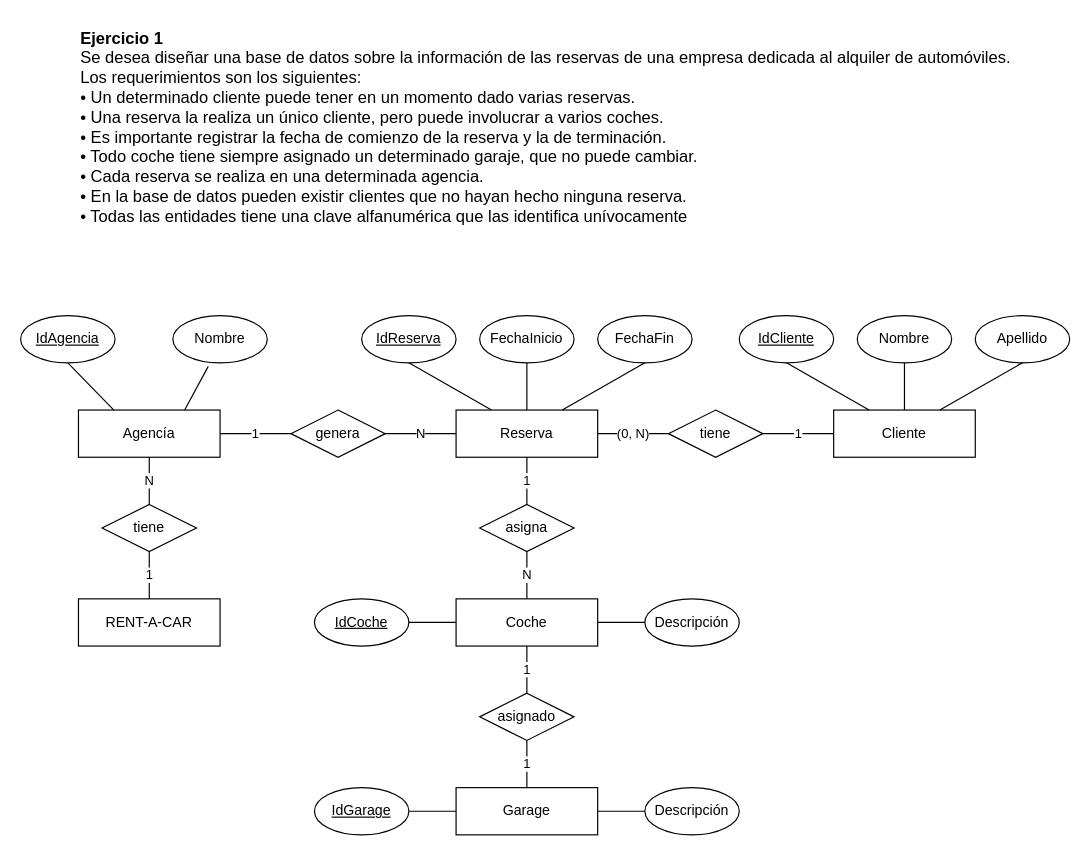
Before: ~Base de Datos/Itinerario 02/Ejercicio1.drawio in zherar7ordoya/AP4, a draw.io diagram. Source tidied: cells renumbered, new cells numbered last; positions are measured from the earlier drawing's top-left corner, leaving out a move shared by most shapes. Both pictures are drawn from the tidied source at 118%, with x=0, y=0 at pixel (20, 20).
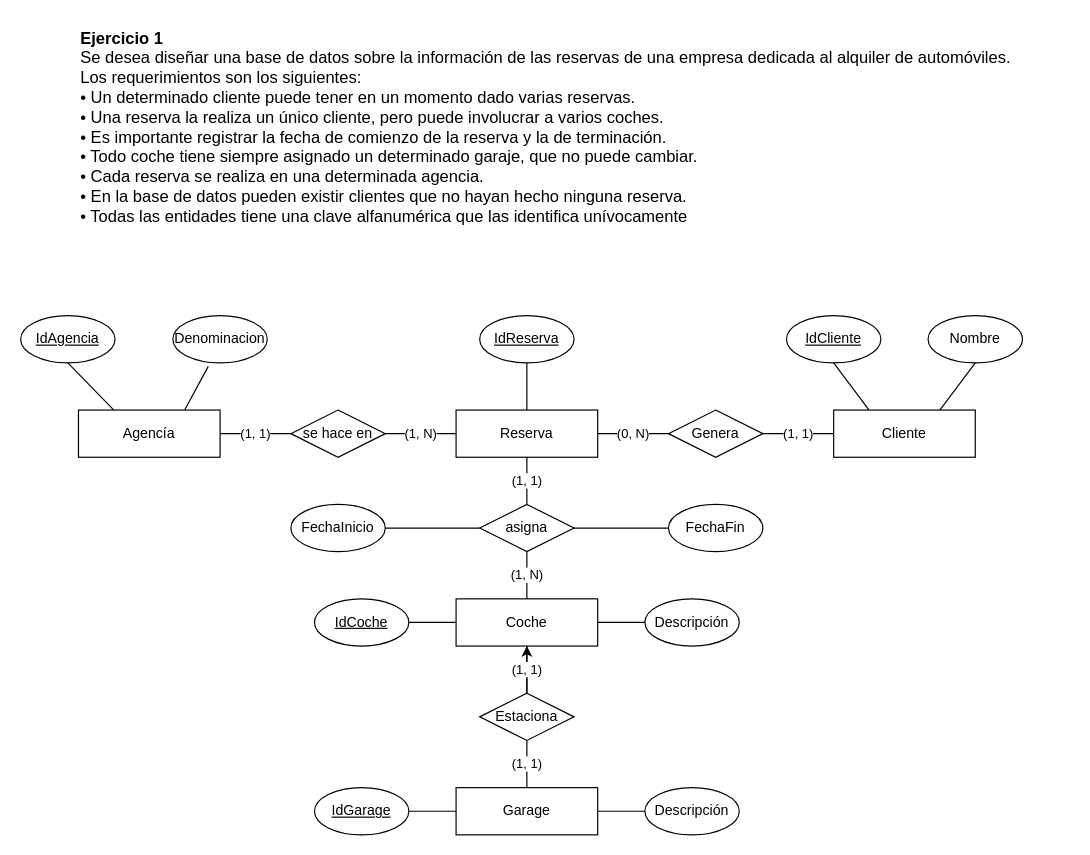
The same diagram, later.

Unchanged cells that the change refers to:
```xml
<mxCell id="2" value="Cliente" style="whiteSpace=wrap;html=1;align=center;fillColor=#FFFFFF;" parent="1" vertex="1">
  <mxGeometry x="689" y="330" width="120" height="40" as="geometry" />
</mxCell>
<mxCell id="4" value="Reserva" style="whiteSpace=wrap;html=1;align=center;fillColor=#FFFFFF;" parent="1" vertex="1">
  <mxGeometry x="369" y="330" width="120" height="40" as="geometry" />
</mxCell>
<mxCell id="5" value="Coche" style="whiteSpace=wrap;html=1;align=center;fillColor=#FFFFFF;" parent="1" vertex="1">
  <mxGeometry x="369" y="490" width="120" height="40" as="geometry" />
</mxCell>
<mxCell id="15" value="asigna" style="shape=rhombus;perimeter=rhombusPerimeter;whiteSpace=wrap;html=1;align=center;" parent="1" vertex="1">
  <mxGeometry x="389" y="410" width="80" height="40" as="geometry" />
</mxCell>
<mxCell id="23" value="Garage" style="whiteSpace=wrap;html=1;align=center;fillColor=#FFFFFF;" parent="1" vertex="1">
  <mxGeometry x="369" y="650" width="120" height="40" as="geometry" />
</mxCell>
<mxCell id="30" value="Agencía" style="whiteSpace=wrap;html=1;align=center;fillColor=#FFFFFF;" parent="1" vertex="1">
  <mxGeometry x="49" y="330" width="120" height="40" as="geometry" />
</mxCell>
```

Change to the diagram source:
```diff
@@
-    <mxCell id="3" style="edgeStyle=orthogonalEdgeStyle;rounded=0;jettySize=auto;html=1;exitX=0.5;exitY=0;exitDx=0;exitDy=0;entryX=0.5;entryY=1;entryDx=0;entryDy=0;endArrow=none;endFill=0;" parent="1" edge="1" source="4" target="21">
-      <mxGeometry relative="1" as="geometry" />
-    </mxCell>
@@
     <mxCell id="7" value="Nombre" style="ellipse;whiteSpace=wrap;html=1;align=center;" parent="1" vertex="1">
-      <mxGeometry x="709" y="250" width="80" height="40" as="geometry" />
+      <mxGeometry x="769" y="250" width="80" height="40" as="geometry" />
     </mxCell>
-    <mxCell id="8" value="Apellido" style="ellipse;whiteSpace=wrap;html=1;align=center;" parent="1" vertex="1">
-      <mxGeometry x="809" y="250" width="80" height="40" as="geometry" />
-    </mxCell>
-    <mxCell id="9" style="endArrow=none;html=1;rounded=0;exitX=0.5;exitY=0;exitDx=0;exitDy=0;entryX=0.5;entryY=1;entryDx=0;entryDy=0;" parent="1" edge="1" source="2" target="7">
+    <mxCell id="9" style="endArrow=none;html=1;rounded=0;exitX=0.75;exitY=0;exitDx=0;exitDy=0;entryX=0.5;entryY=1;entryDx=0;entryDy=0;" parent="1" edge="1" source="2" target="7">
       <mxGeometry relative="1" as="geometry" />
     </mxCell>
-    <mxCell id="10" style="endArrow=none;html=1;rounded=0;exitX=0.75;exitY=0;exitDx=0;exitDy=0;entryX=0.5;entryY=1;entryDx=0;entryDy=0;" parent="1" edge="1" source="2" target="8">
-      <mxGeometry relative="1" as="geometry" />
-    </mxCell>
-    <mxCell id="11" style="endArrow=none;html=1;rounded=0;exitX=0.25;exitY=0;exitDx=0;exitDy=0;entryX=0.5;entryY=1;entryDx=0;entryDy=0;" parent="1" edge="1" source="4" target="38">
+    <mxCell id="11" style="endArrow=none;html=1;rounded=0;entryX=0.5;entryY=1;entryDx=0;entryDy=0;" parent="1" edge="1" source="4" target="38">
       <mxGeometry relative="1" as="geometry" />
     </mxCell>
-    <mxCell id="12" value="tiene" style="shape=rhombus;perimeter=rhombusPerimeter;whiteSpace=wrap;html=1;align=center;" parent="1" vertex="1">
+    <mxCell id="12" value="Genera" style="shape=rhombus;perimeter=rhombusPerimeter;whiteSpace=wrap;html=1;align=center;" parent="1" vertex="1">
       <mxGeometry x="549" y="330" width="80" height="40" as="geometry" />
     </mxCell>
-    <mxCell id="13" value="1" style="endArrow=none;html=1;rounded=0;exitX=1;exitY=0.5;exitDx=0;exitDy=0;entryX=0;entryY=0.5;entryDx=0;entryDy=0;" parent="1" edge="1" source="12" target="2">
+    <mxCell id="13" value="(1, 1)" style="endArrow=none;html=1;rounded=0;exitX=1;exitY=0.5;exitDx=0;exitDy=0;entryX=0;entryY=0.5;entryDx=0;entryDy=0;" parent="1" edge="1" source="12" target="2">
       <mxGeometry relative="1" as="geometry" />
     </mxCell>
@@
-    <mxCell id="19" value="1" style="endArrow=none;html=1;rounded=0;exitX=0.5;exitY=0;exitDx=0;exitDy=0;entryX=0.5;entryY=1;entryDx=0;entryDy=0;" parent="1" edge="1" source="15" target="4">
+    <mxCell id="19" value="(1, 1)" style="endArrow=none;html=1;rounded=0;exitX=0.5;exitY=0;exitDx=0;exitDy=0;entryX=0.5;entryY=1;entryDx=0;entryDy=0;" parent="1" edge="1" source="15" target="4">
       <mxGeometry relative="1" as="geometry" />
     </mxCell>
-    <mxCell id="20" value="N" style="endArrow=none;html=1;rounded=0;exitX=0.5;exitY=1;exitDx=0;exitDy=0;entryX=0.5;entryY=0;entryDx=0;entryDy=0;" parent="1" edge="1" source="15" target="5">
+    <mxCell id="20" value="(1, N)" style="endArrow=none;html=1;rounded=0;exitX=0.5;exitY=1;exitDx=0;exitDy=0;entryX=0.5;entryY=0;entryDx=0;entryDy=0;" parent="1" edge="1" source="15" target="5">
       <mxGeometry relative="1" as="geometry" />
     </mxCell>
     <mxCell id="21" value="FechaInicio" style="ellipse;whiteSpace=wrap;html=1;align=center;" parent="1" vertex="1">
-      <mxGeometry x="389" y="250" width="80" height="40" as="geometry" />
+      <mxGeometry x="229" y="410" width="80" height="40" as="geometry" />
     </mxCell>
     <mxCell id="22" value="FechaFin" style="ellipse;whiteSpace=wrap;html=1;align=center;" parent="1" vertex="1">
-      <mxGeometry x="489" y="250" width="80" height="40" as="geometry" />
+      <mxGeometry x="549" y="410" width="80" height="40" as="geometry" />
     </mxCell>
@@
+    <mxCell id="48" style="edgeStyle=orthogonalEdgeStyle;rounded=0;jettySize=auto;html=1;" parent="1" edge="1" source="24" target="5">
+      <mxGeometry relative="1" as="geometry" />
+    </mxCell>
-    <mxCell id="24" value="asignado" style="shape=rhombus;perimeter=rhombusPerimeter;whiteSpace=wrap;html=1;align=center;" parent="1" vertex="1">
+    <mxCell id="24" value="Estaciona" style="shape=rhombus;perimeter=rhombusPerimeter;whiteSpace=wrap;html=1;align=center;" parent="1" vertex="1">
       <mxGeometry x="389" y="570" width="80" height="40" as="geometry" />
     </mxCell>
@@
-    <mxCell id="28" value="1" style="endArrow=none;html=1;rounded=0;entryX=0.5;entryY=0;entryDx=0;entryDy=0;exitX=0.5;exitY=1;exitDx=0;exitDy=0;" parent="1" edge="1" source="5" target="24">
+    <mxCell id="28" value="(1, 1)" style="endArrow=none;html=1;rounded=0;entryX=0.5;entryY=0;entryDx=0;entryDy=0;exitX=0.5;exitY=1;exitDx=0;exitDy=0;" parent="1" edge="1" source="5" target="24">
       <mxGeometry relative="1" as="geometry" />
     </mxCell>
-    <mxCell id="29" value="1" style="endArrow=none;html=1;rounded=0;entryX=0.5;entryY=0;entryDx=0;entryDy=0;exitX=0.5;exitY=1;exitDx=0;exitDy=0;" parent="1" edge="1" source="24" target="23">
+    <mxCell id="29" value="(1, 1)" style="endArrow=none;html=1;rounded=0;entryX=0.5;entryY=0;entryDx=0;entryDy=0;exitX=0.5;exitY=1;exitDx=0;exitDy=0;" parent="1" edge="1" source="24" target="23">
       <mxGeometry relative="1" as="geometry" />
     </mxCell>
@@
-    <mxCell id="31" value="Nombre" style="ellipse;whiteSpace=wrap;html=1;align=center;" parent="1" vertex="1">
+    <mxCell id="31" value="Denominacion" style="ellipse;whiteSpace=wrap;html=1;align=center;" parent="1" vertex="1">
       <mxGeometry x="129" y="250" width="80" height="40" as="geometry" />
     </mxCell>
@@
-    <mxCell id="34" value="genera" style="shape=rhombus;perimeter=rhombusPerimeter;whiteSpace=wrap;html=1;align=center;" parent="1" vertex="1">
+    <mxCell id="34" value="se hace en" style="shape=rhombus;perimeter=rhombusPerimeter;whiteSpace=wrap;html=1;align=center;" parent="1" vertex="1">
       <mxGeometry x="229" y="330" width="80" height="40" as="geometry" />
     </mxCell>
-    <mxCell id="35" value="1" style="endArrow=none;html=1;rounded=0;exitX=0;exitY=0.5;exitDx=0;exitDy=0;entryX=1;entryY=0.5;entryDx=0;entryDy=0;" parent="1" edge="1" source="34" target="30">
+    <mxCell id="35" value="(1, 1)" style="endArrow=none;html=1;rounded=0;exitX=0;exitY=0.5;exitDx=0;exitDy=0;entryX=1;entryY=0.5;entryDx=0;entryDy=0;" parent="1" edge="1" source="34" target="30">
       <mxGeometry relative="1" as="geometry" />
     </mxCell>
-    <mxCell id="36" value="N" style="endArrow=none;html=1;rounded=0;exitX=1;exitY=0.5;exitDx=0;exitDy=0;entryX=0;entryY=0.5;entryDx=0;entryDy=0;" parent="1" edge="1" source="34" target="4">
+    <mxCell id="36" value="(1, N)" style="endArrow=none;html=1;rounded=0;exitX=1;exitY=0.5;exitDx=0;exitDy=0;entryX=0;entryY=0.5;entryDx=0;entryDy=0;" parent="1" edge="1" source="34" target="4">
       <mxGeometry relative="1" as="geometry" />
     </mxCell>
@@
     <mxCell id="38" value="IdReserva" style="ellipse;whiteSpace=wrap;html=1;align=center;fontStyle=4;" parent="1" vertex="1">
-      <mxGeometry x="289" y="250" width="80" height="40" as="geometry" />
+      <mxGeometry x="389" y="250" width="80" height="40" as="geometry" />
     </mxCell>
     <mxCell id="39" value="IdCliente" style="ellipse;whiteSpace=wrap;html=1;align=center;fontStyle=4;" parent="1" vertex="1">
-      <mxGeometry x="609" y="250" width="80" height="40" as="geometry" />
+      <mxGeometry x="649" y="250" width="80" height="40" as="geometry" />
     </mxCell>
@@
-    <mxCell id="42" style="endArrow=none;html=1;rounded=0;exitX=0.75;exitY=0;exitDx=0;exitDy=0;entryX=0.5;entryY=1;entryDx=0;entryDy=0;" parent="1" edge="1" source="4" target="22">
+    <mxCell id="42" style="endArrow=none;html=1;rounded=0;exitX=1;exitY=0.5;exitDx=0;exitDy=0;entryX=0;entryY=0.5;entryDx=0;entryDy=0;" parent="1" edge="1" source="15" target="22">
       <mxGeometry relative="1" as="geometry" />
     </mxCell>
-    <mxCell id="43" value="RENT-A-CAR" style="whiteSpace=wrap;html=1;align=center;" parent="1" vertex="1">
-      <mxGeometry x="49" y="490" width="120" height="40" as="geometry" />
-    </mxCell>
-    <mxCell id="44" value="tiene" style="shape=rhombus;perimeter=rhombusPerimeter;whiteSpace=wrap;html=1;align=center;" parent="1" vertex="1">
-      <mxGeometry x="69" y="410" width="80" height="40" as="geometry" />
-    </mxCell>
-    <mxCell id="45" value="1" style="endArrow=none;html=1;rounded=0;exitX=0.5;exitY=1;exitDx=0;exitDy=0;entryX=0.5;entryY=0;entryDx=0;entryDy=0;" parent="1" edge="1" source="44" target="43">
-      <mxGeometry relative="1" as="geometry" />
-    </mxCell>
-    <mxCell id="46" value="N" style="endArrow=none;html=1;rounded=0;exitX=0.5;exitY=0;exitDx=0;exitDy=0;entryX=0.5;entryY=1;entryDx=0;entryDy=0;" parent="1" edge="1" source="44" target="30">
-      <mxGeometry relative="1" as="geometry" />
-    </mxCell>
@@
+    <mxCell id="49" style="endArrow=none;html=1;rounded=0;exitX=1;exitY=0.5;exitDx=0;exitDy=0;entryX=0;entryY=0.5;entryDx=0;entryDy=0;" parent="1" edge="1" source="21" target="15">
+      <mxGeometry relative="1" as="geometry" />
+    </mxCell>
```
